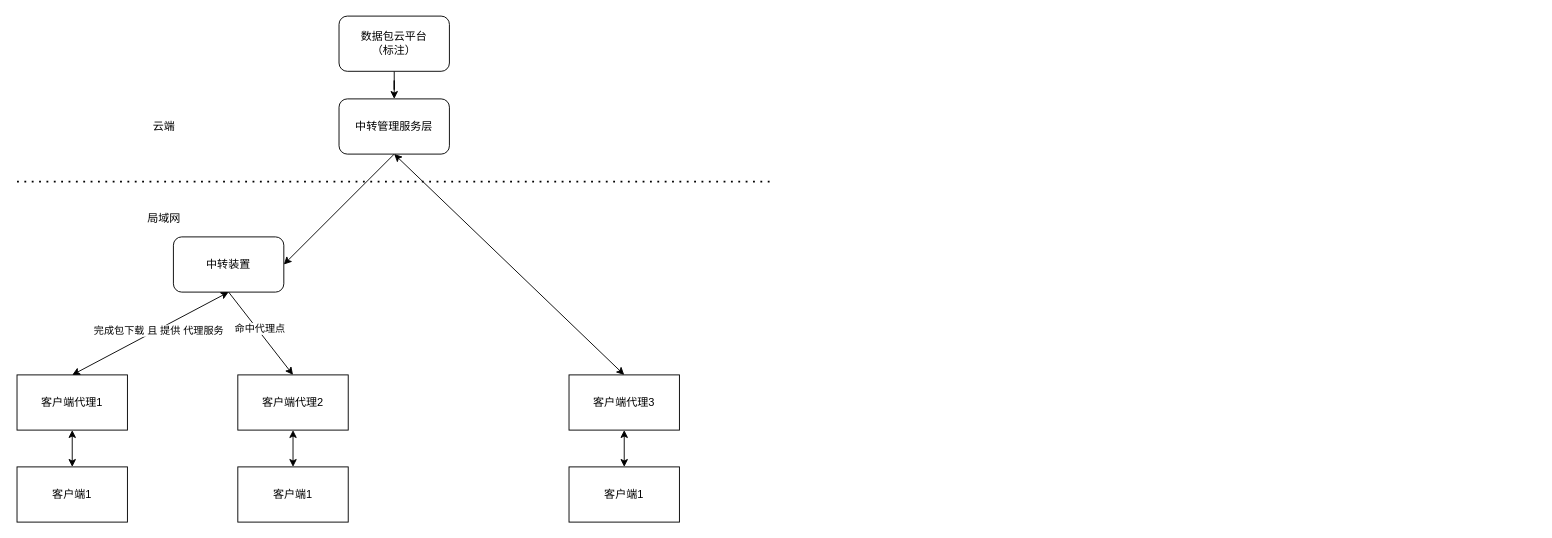
Earlier version of the draw.io diagram 自动驾驶学习/一种加快数据包topic加载方式.drawio (wurh/myDesignDoc). Source tidied: cells renumbered, new cells numbered last; positions are measured from the earlier drawing's top-left corner, leaving out a move shared by most shapes. Both pictures are drawn from the tidied source at 92%, with x=0, y=0 at pixel (17, 16).
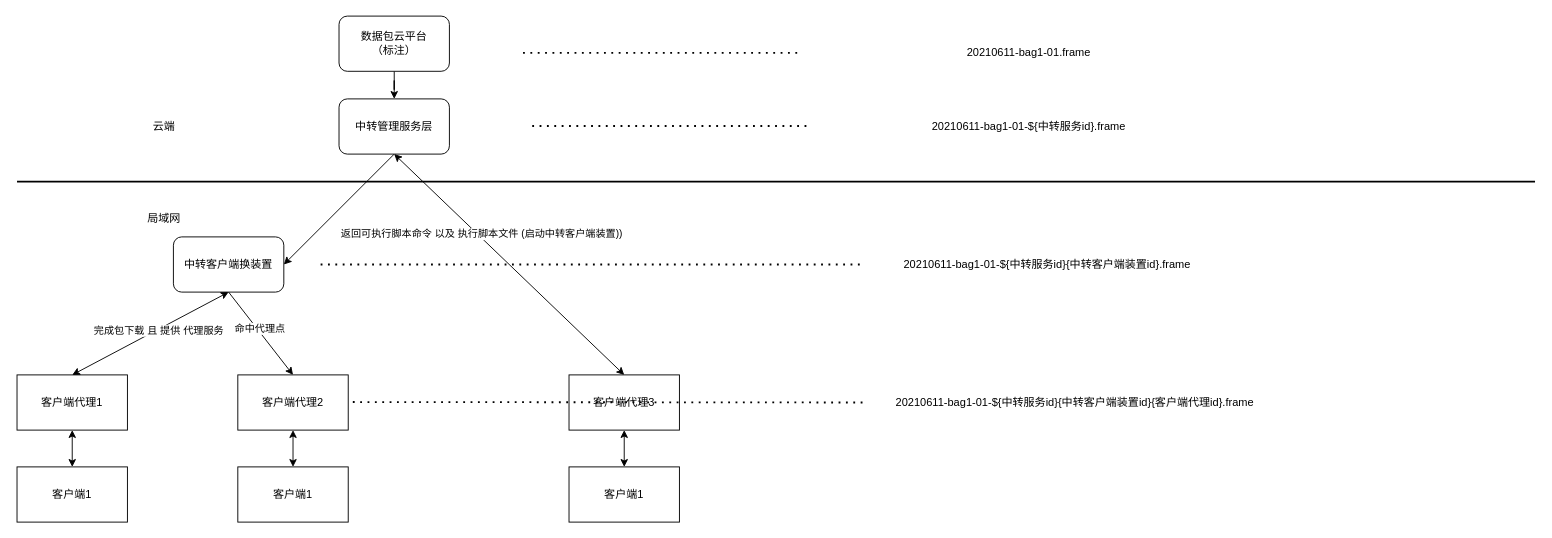
Above is the later version.

Commit message:
Update 一种加快数据包topic加载方式.drawio

Unchanged cells that the change refers to:
```xml
<mxCell id="20" style="endArrow=classic;startArrow=classic;html=1;entryX=0.5;entryY=1;entryDx=0;entryDy=0;exitX=0.5;exitY=0;exitDx=0;exitDy=0;" parent="1" edge="1" source="9" target="18">
  <mxGeometry relative="1" as="geometry" />
</mxCell>
```

The edit, as a diff of the source:
```diff
@@
-    <mxCell id="13" value="中转装置" style="rounded=1;whiteSpace=wrap;html=1;" parent="1" vertex="1">
+    <mxCell id="13" value="中转客户端换装置" style="rounded=1;whiteSpace=wrap;html=1;" parent="1" vertex="1">
       <mxGeometry x="170" y="240" width="120" height="60" as="geometry" />
     </mxCell>
@@
+    <mxCell id="24" value="返回可执行脚本命令 以及 执行脚本文件 (启动中转客户端装置))" style="edgeLabel;html=1;align=center;verticalAlign=middle;" parent="20" vertex="1">
+      <mxGeometry x="0.26" y="-3" relative="1" as="geometry" />
+    </mxCell>
-    <mxCell id="21" style="endArrow=none;dashed=1;html=1;dashPattern=1 3;strokeWidth=2;" parent="1" edge="1">
+    <mxCell id="21" style="endArrow=none;html=1;strokeWidth=2;" parent="1" edge="1">
       <mxGeometry relative="1" as="geometry">
         <mxPoint y="180" as="sourcePoint" />
-        <mxPoint x="820" y="180" as="targetPoint" />
+        <mxPoint x="1650" y="180" as="targetPoint" />
       </mxGeometry>
     </mxCell>
@@
+    <mxCell id="25" style="endArrow=none;dashed=1;html=1;dashPattern=1 3;strokeWidth=2;" parent="1" edge="1">
+      <mxGeometry relative="1" as="geometry">
+        <mxPoint x="550" y="40" as="sourcePoint" />
+        <mxPoint x="850" y="40" as="targetPoint" />
+      </mxGeometry>
+    </mxCell>
+    <mxCell id="26" value="20210611-bag1-01.frame" style="text;html=1;strokeColor=none;fillColor=none;align=center;verticalAlign=middle;whiteSpace=wrap;rounded=0;" parent="1" vertex="1">
+      <mxGeometry x="900" y="30" width="400" height="20" as="geometry" />
+    </mxCell>
+    <mxCell id="27" value="20210611-bag1-01-${中转服务id}.frame" style="text;html=1;strokeColor=none;fillColor=none;align=center;verticalAlign=middle;whiteSpace=wrap;rounded=0;" parent="1" vertex="1">
+      <mxGeometry x="900" y="110" width="400" height="20" as="geometry" />
+    </mxCell>
+    <mxCell id="28" style="endArrow=none;dashed=1;html=1;dashPattern=1 3;strokeWidth=2;" parent="1" edge="1">
+      <mxGeometry relative="1" as="geometry">
+        <mxPoint x="560" y="119.5" as="sourcePoint" />
+        <mxPoint x="860" y="119.5" as="targetPoint" />
+      </mxGeometry>
+    </mxCell>
+    <mxCell id="29" value="20210611-bag1-01-${中转服务id}{中转客户端装置id}.frame" style="text;html=1;strokeColor=none;fillColor=none;align=center;verticalAlign=middle;whiteSpace=wrap;rounded=0;" parent="1" vertex="1">
+      <mxGeometry x="920" y="260" width="400" height="20" as="geometry" />
+    </mxCell>
+    <mxCell id="30" style="endArrow=none;dashed=1;html=1;dashPattern=1 3;strokeWidth=2;" parent="1" edge="1" target="29">
+      <mxGeometry relative="1" as="geometry">
+        <mxPoint x="330" y="270" as="sourcePoint" />
+      </mxGeometry>
+    </mxCell>
+    <mxCell id="31" style="endArrow=none;dashed=1;html=1;dashPattern=1 3;strokeWidth=2;" parent="1" edge="1">
+      <mxGeometry relative="1" as="geometry">
+        <mxPoint x="365" y="419.5" as="sourcePoint" />
+        <mxPoint x="920" y="420" as="targetPoint" />
+      </mxGeometry>
+    </mxCell>
+    <mxCell id="32" value="20210611-bag1-01-${中转服务id}{中转客户端装置id}{客户端代理id}.frame" style="text;html=1;strokeColor=none;fillColor=none;align=center;verticalAlign=middle;whiteSpace=wrap;rounded=0;" parent="1" vertex="1">
+      <mxGeometry x="950" y="410" width="400" height="20" as="geometry" />
+    </mxCell>
```
